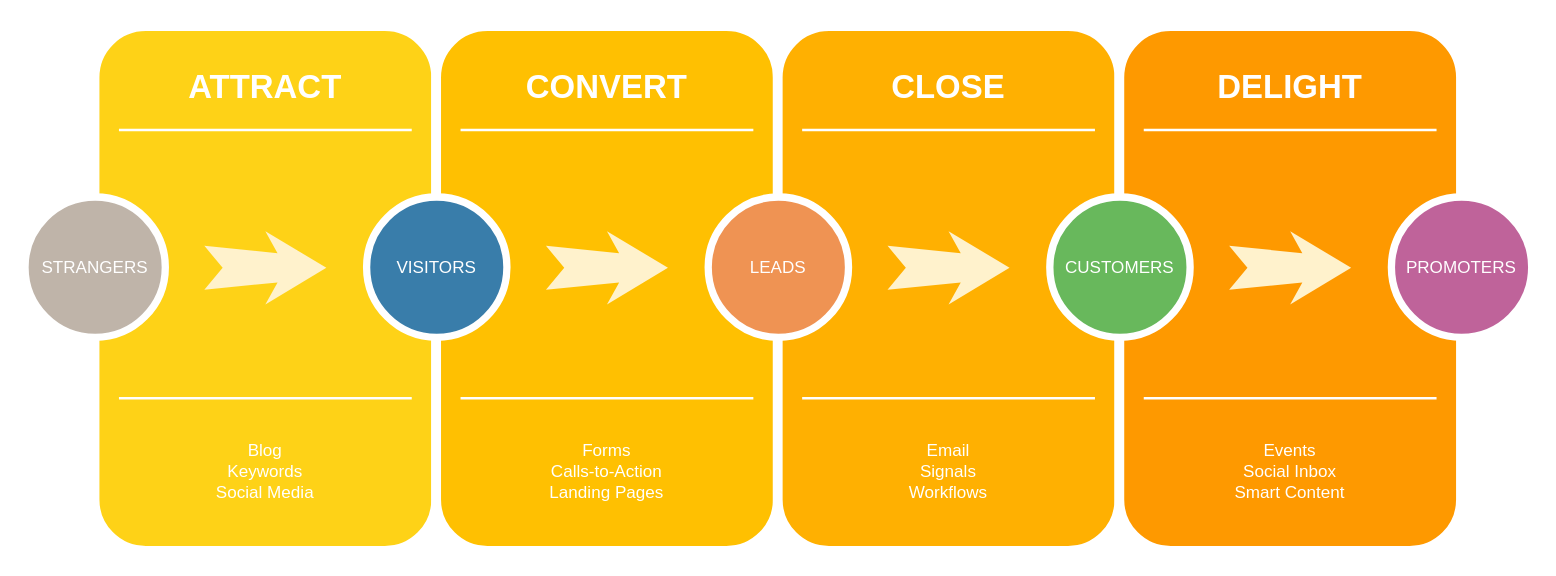
The draw.io diagram 账户同步.drawio in MainListActivity/test, before the edit. Source tidied: cells renumbered, new cells numbered last; positions are measured from the earlier drawing's top-left corner, leaving out a move shared by most shapes. Both pictures are drawn from the tidied source at 122%, with x=0, y=0 at pixel (24, 26).
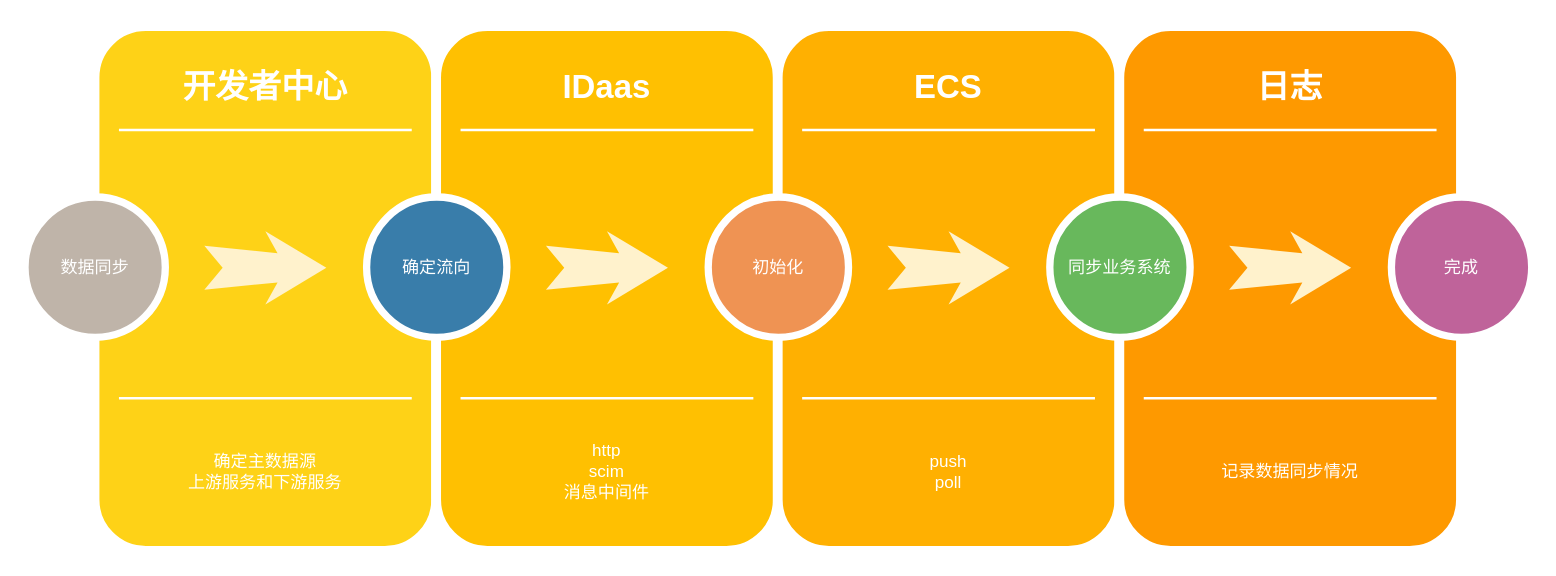
After the change.

Commit message:
更新账户同步.drawio

Change to the diagram source:
```diff
@@
-    <mxCell id="3" value="ATTRACT" style="text;html=1;strokeColor=none;fillColor=none;align=center;verticalAlign=middle;whiteSpace=wrap;rounded=0;shadow=0;fontSize=27;fontColor=#FFFFFF;fontStyle=1;" parent="1" vertex="1">
+    <mxCell id="3" value="开发者中心" style="text;html=1;strokeColor=none;fillColor=none;align=center;verticalAlign=middle;whiteSpace=wrap;rounded=0;shadow=0;fontSize=27;fontColor=#FFFFFF;fontStyle=1;" parent="1" vertex="1">
       <mxGeometry x="57" y="20" width="280" height="60" as="geometry" />
     </mxCell>
-    <mxCell id="4" value="Blog&lt;div&gt;Keywords&lt;/div&gt;&lt;div&gt;Social Media&lt;/div&gt;" style="text;html=1;strokeColor=none;fillColor=none;align=center;verticalAlign=middle;whiteSpace=wrap;rounded=0;shadow=0;fontSize=14;fontColor=#FFFFFF;" parent="1" vertex="1">
+    <mxCell id="4" value="确定主数据源&lt;br&gt;上游服务和下游服务" style="text;html=1;strokeColor=none;fillColor=none;align=center;verticalAlign=middle;whiteSpace=wrap;rounded=0;shadow=0;fontSize=14;fontColor=#FFFFFF;" parent="1" vertex="1">
       <mxGeometry x="57" y="320" width="280" height="90" as="geometry" />
     </mxCell>
@@
-    <mxCell id="7" value="STRANGERS" style="ellipse;whiteSpace=wrap;html=1;rounded=0;shadow=0;strokeWidth=6;fontSize=14;align=center;fillColor=#BFB4A9;strokeColor=#FFFFFF;fontColor=#FFFFFF;" parent="1" vertex="1">
+    <mxCell id="7" value="数据同步" style="ellipse;whiteSpace=wrap;html=1;rounded=0;shadow=0;strokeWidth=6;fontSize=14;align=center;fillColor=#BFB4A9;strokeColor=#FFFFFF;fontColor=#FFFFFF;" parent="1" vertex="1">
       <mxGeometry y="140" width="115" height="115" as="geometry" />
     </mxCell>
@@
-    <mxCell id="10" value="CONVERT" style="text;html=1;strokeColor=none;fillColor=none;align=center;verticalAlign=middle;whiteSpace=wrap;rounded=0;shadow=0;fontSize=27;fontColor=#FFFFFF;fontStyle=1;" parent="1" vertex="1">
+    <mxCell id="10" value="IDaas" style="text;html=1;strokeColor=none;fillColor=none;align=center;verticalAlign=middle;whiteSpace=wrap;rounded=0;shadow=0;fontSize=27;fontColor=#FFFFFF;fontStyle=1;" parent="1" vertex="1">
       <mxGeometry x="337" y="20" width="280" height="60" as="geometry" />
     </mxCell>
-    <mxCell id="11" value="Forms&lt;div&gt;Calls-to-Action&lt;/div&gt;&lt;div&gt;Landing Pages&lt;/div&gt;" style="text;html=1;strokeColor=none;fillColor=none;align=center;verticalAlign=middle;whiteSpace=wrap;rounded=0;shadow=0;fontSize=14;fontColor=#FFFFFF;" parent="1" vertex="1">
+    <mxCell id="11" value="http&lt;br&gt;scim&lt;br&gt;消息中间件" style="text;html=1;strokeColor=none;fillColor=none;align=center;verticalAlign=middle;whiteSpace=wrap;rounded=0;shadow=0;fontSize=14;fontColor=#FFFFFF;" parent="1" vertex="1">
       <mxGeometry x="337" y="320" width="280" height="90" as="geometry" />
     </mxCell>
@@
-    <mxCell id="14" value="VISITORS" style="ellipse;whiteSpace=wrap;html=1;rounded=0;shadow=0;strokeWidth=6;fontSize=14;align=center;fillColor=#397DAA;strokeColor=#FFFFFF;fontColor=#FFFFFF;" parent="1" vertex="1">
+    <mxCell id="14" value="确定流向" style="ellipse;whiteSpace=wrap;html=1;rounded=0;shadow=0;strokeWidth=6;fontSize=14;align=center;fillColor=#397DAA;strokeColor=#FFFFFF;fontColor=#FFFFFF;" parent="1" vertex="1">
       <mxGeometry x="280" y="140" width="115" height="115" as="geometry" />
     </mxCell>
@@
-    <mxCell id="17" value="CLOSE" style="text;html=1;strokeColor=none;fillColor=none;align=center;verticalAlign=middle;whiteSpace=wrap;rounded=0;shadow=0;fontSize=27;fontColor=#FFFFFF;fontStyle=1;" parent="1" vertex="1">
+    <mxCell id="17" value="ECS" style="text;html=1;strokeColor=none;fillColor=none;align=center;verticalAlign=middle;whiteSpace=wrap;rounded=0;shadow=0;fontSize=27;fontColor=#FFFFFF;fontStyle=1;" parent="1" vertex="1">
       <mxGeometry x="617" y="20" width="280" height="60" as="geometry" />
     </mxCell>
-    <mxCell id="18" value="Email&lt;div&gt;Signals&lt;/div&gt;&lt;div&gt;Workflows&lt;/div&gt;" style="text;html=1;strokeColor=none;fillColor=none;align=center;verticalAlign=middle;whiteSpace=wrap;rounded=0;shadow=0;fontSize=14;fontColor=#FFFFFF;" parent="1" vertex="1">
+    <mxCell id="18" value="push&lt;br&gt;poll" style="text;html=1;strokeColor=none;fillColor=none;align=center;verticalAlign=middle;whiteSpace=wrap;rounded=0;shadow=0;fontSize=14;fontColor=#FFFFFF;" parent="1" vertex="1">
       <mxGeometry x="617" y="320" width="280" height="90" as="geometry" />
     </mxCell>
@@
-    <mxCell id="21" value="LEADS" style="ellipse;whiteSpace=wrap;html=1;rounded=0;shadow=0;strokeWidth=6;fontSize=14;align=center;fillColor=#EF9353;strokeColor=#FFFFFF;fontColor=#FFFFFF;" parent="1" vertex="1">
+    <mxCell id="21" value="初始化" style="ellipse;whiteSpace=wrap;html=1;rounded=0;shadow=0;strokeWidth=6;fontSize=14;align=center;fillColor=#EF9353;strokeColor=#FFFFFF;fontColor=#FFFFFF;" parent="1" vertex="1">
       <mxGeometry x="560" y="140" width="115" height="115" as="geometry" />
     </mxCell>
@@
-    <mxCell id="24" value="DELIGHT" style="text;html=1;strokeColor=none;fillColor=none;align=center;verticalAlign=middle;whiteSpace=wrap;rounded=0;shadow=0;fontSize=27;fontColor=#FFFFFF;fontStyle=1;" parent="1" vertex="1">
+    <mxCell id="24" value="日志" style="text;html=1;strokeColor=none;fillColor=none;align=center;verticalAlign=middle;whiteSpace=wrap;rounded=0;shadow=0;fontSize=27;fontColor=#FFFFFF;fontStyle=1;" parent="1" vertex="1">
       <mxGeometry x="897" y="20" width="280" height="60" as="geometry" />
     </mxCell>
-    <mxCell id="25" value="Events&lt;div&gt;Social Inbox&lt;/div&gt;&lt;div&gt;Smart Content&lt;/div&gt;" style="text;html=1;strokeColor=none;fillColor=none;align=center;verticalAlign=middle;whiteSpace=wrap;rounded=0;shadow=0;fontSize=14;fontColor=#FFFFFF;" parent="1" vertex="1">
+    <mxCell id="25" value="记录数据同步情况" style="text;html=1;strokeColor=none;fillColor=none;align=center;verticalAlign=middle;whiteSpace=wrap;rounded=0;shadow=0;fontSize=14;fontColor=#FFFFFF;" parent="1" vertex="1">
       <mxGeometry x="897" y="320" width="280" height="90" as="geometry" />
     </mxCell>
@@
-    <mxCell id="28" value="CUSTOMERS" style="ellipse;whiteSpace=wrap;html=1;rounded=0;shadow=0;strokeWidth=6;fontSize=14;align=center;fillColor=#68B85C;strokeColor=#FFFFFF;fontColor=#FFFFFF;" parent="1" vertex="1">
+    <mxCell id="28" value="同步业务系统" style="ellipse;whiteSpace=wrap;html=1;rounded=0;shadow=0;strokeWidth=6;fontSize=14;align=center;fillColor=#68B85C;strokeColor=#FFFFFF;fontColor=#FFFFFF;" parent="1" vertex="1">
       <mxGeometry x="840" y="140" width="115" height="115" as="geometry" />
     </mxCell>
@@
-    <mxCell id="30" value="PROMOTERS" style="ellipse;whiteSpace=wrap;html=1;rounded=0;shadow=0;strokeWidth=6;fontSize=14;align=center;fillColor=#BF639A;strokeColor=#FFFFFF;fontColor=#FFFFFF;" parent="1" vertex="1">
+    <mxCell id="30" value="完成" style="ellipse;whiteSpace=wrap;html=1;rounded=0;shadow=0;strokeWidth=6;fontSize=14;align=center;fillColor=#BF639A;strokeColor=#FFFFFF;fontColor=#FFFFFF;" parent="1" vertex="1">
       <mxGeometry x="1120" y="140" width="115" height="115" as="geometry" />
     </mxCell>
```
